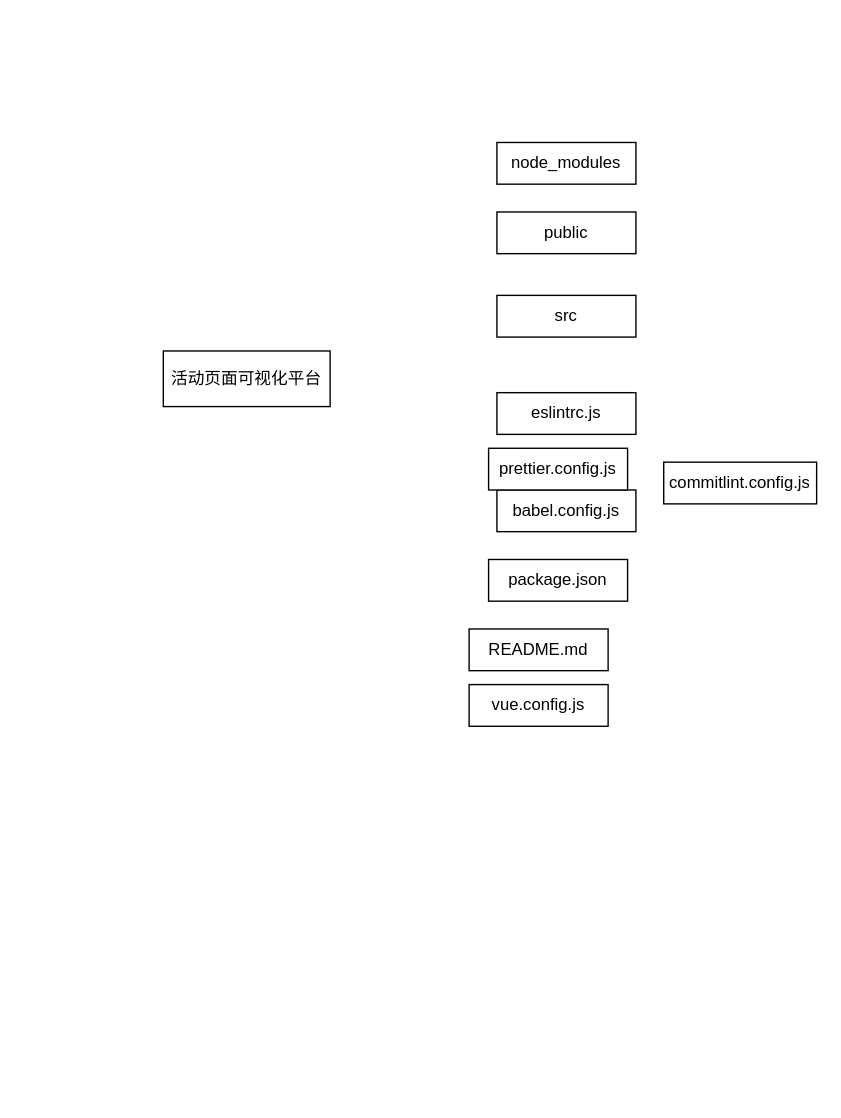
Above: 前端和后端项目结构图.drawio in yuxinyu12345/diagrams (draw.io), before the change. Source tidied: cells renumbered, new cells numbered last; positions are measured from the earlier drawing's top-left corner, leaving out a move shared by most shapes. Both pictures are drawn from the tidied source at 139%, with x=0, y=0 at pixel (163, 142).
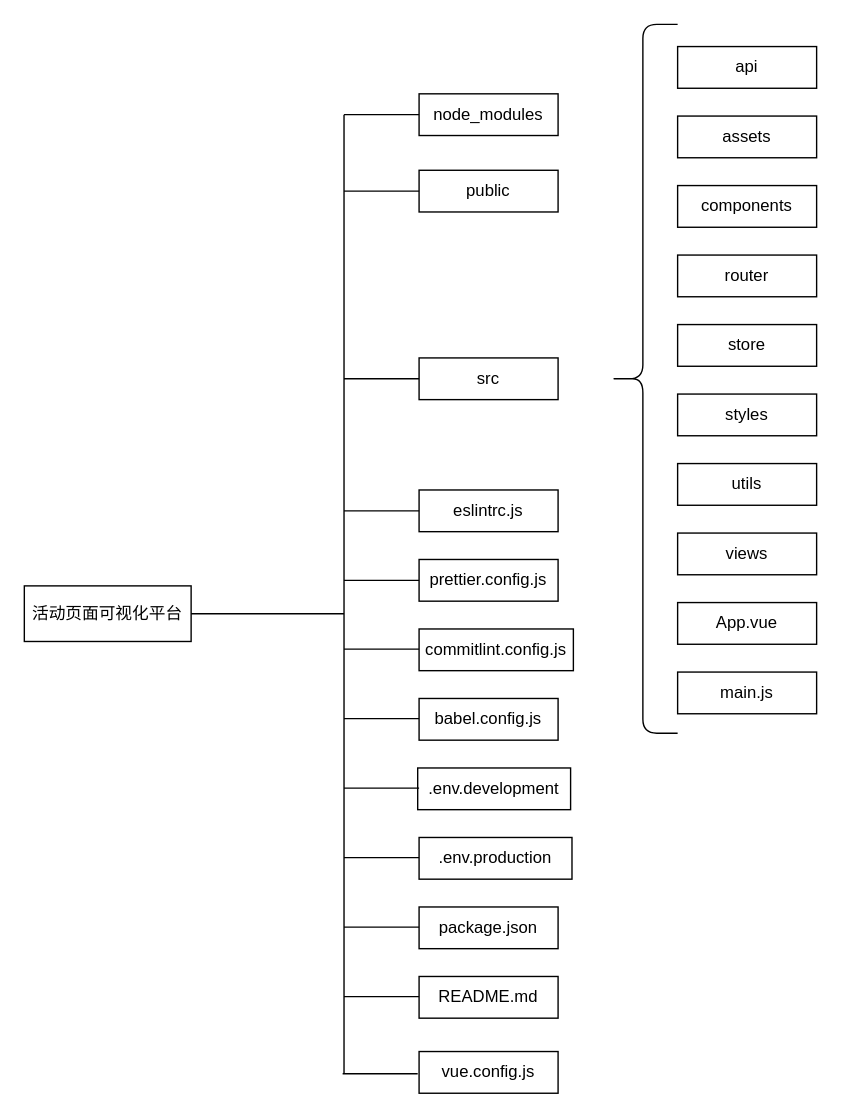
The same page after the edit.

Commit message (it also covers changes not shown here):
更新前端和后端项目结构图.drawio

The edit, as a diff of the source:
```diff
@@
     <mxCell id="2" value="活动页面可视化平台" style="rounded=0;whiteSpace=wrap;html=1;" parent="1" vertex="1">
-      <mxGeometry y="150" width="120" height="40" as="geometry" />
+      <mxGeometry x="-100" y="319" width="120" height="40" as="geometry" />
     </mxCell>
     <mxCell id="3" value="node_modules" style="rounded=0;whiteSpace=wrap;html=1;" parent="1" vertex="1">
-      <mxGeometry x="240" width="100" height="30" as="geometry" />
+      <mxGeometry x="184" y="-35" width="100" height="30" as="geometry" />
     </mxCell>
     <mxCell id="4" value="public" style="rounded=0;whiteSpace=wrap;html=1;" parent="1" vertex="1">
-      <mxGeometry x="240" y="50" width="100" height="30" as="geometry" />
+      <mxGeometry x="184" y="20" width="100" height="30" as="geometry" />
     </mxCell>
     <mxCell id="5" value="src" style="rounded=0;whiteSpace=wrap;html=1;" parent="1" vertex="1">
-      <mxGeometry x="240" y="110" width="100" height="30" as="geometry" />
+      <mxGeometry x="184" y="155" width="100" height="30" as="geometry" />
     </mxCell>
     <mxCell id="6" value="eslintrc.js" style="rounded=0;whiteSpace=wrap;html=1;" parent="1" vertex="1">
-      <mxGeometry x="240" y="180" width="100" height="30" as="geometry" />
+      <mxGeometry x="184" y="250" width="100" height="30" as="geometry" />
     </mxCell>
     <mxCell id="7" value="babel.config.js" style="rounded=0;whiteSpace=wrap;html=1;" parent="1" vertex="1">
-      <mxGeometry x="240" y="250" width="100" height="30" as="geometry" />
+      <mxGeometry x="184" y="400" width="100" height="30" as="geometry" />
     </mxCell>
     <mxCell id="8" value="package.json" style="rounded=0;whiteSpace=wrap;html=1;" parent="1" vertex="1">
-      <mxGeometry x="234" y="300" width="100" height="30" as="geometry" />
+      <mxGeometry x="184" y="550" width="100" height="30" as="geometry" />
     </mxCell>
     <mxCell id="9" value="README.md" style="rounded=0;whiteSpace=wrap;html=1;" parent="1" vertex="1">
-      <mxGeometry x="220" y="350" width="100" height="30" as="geometry" />
+      <mxGeometry x="184" y="600" width="100" height="30" as="geometry" />
     </mxCell>
     <mxCell id="10" value="vue.config.js" style="rounded=0;whiteSpace=wrap;html=1;" parent="1" vertex="1">
-      <mxGeometry x="220" y="390" width="100" height="30" as="geometry" />
+      <mxGeometry x="184" y="654" width="100" height="30" as="geometry" />
     </mxCell>
     <mxCell id="11" value="prettier.config.js" style="rounded=0;whiteSpace=wrap;html=1;" parent="1" vertex="1">
-      <mxGeometry x="234" y="220" width="100" height="30" as="geometry" />
+      <mxGeometry x="184" y="300" width="100" height="30" as="geometry" />
     </mxCell>
     <mxCell id="12" value="commitlint.config.js" style="rounded=0;whiteSpace=wrap;html=1;" parent="1" vertex="1">
-      <mxGeometry x="360" y="230" width="110" height="30" as="geometry" />
+      <mxGeometry x="184" y="350" width="111" height="30" as="geometry" />
     </mxCell>
+    <mxCell id="13" value=".env.development" style="rounded=0;whiteSpace=wrap;html=1;" parent="1" vertex="1">
+      <mxGeometry x="183" y="450" width="110" height="30" as="geometry" />
+    </mxCell>
+    <mxCell id="14" value=".env.production" style="rounded=0;whiteSpace=wrap;html=1;" parent="1" vertex="1">
+      <mxGeometry x="184" y="500" width="110" height="30" as="geometry" />
+    </mxCell>
+    <mxCell id="15" value="api" style="rounded=0;whiteSpace=wrap;html=1;" parent="1" vertex="1">
+      <mxGeometry x="370" y="-69" width="100" height="30" as="geometry" />
+    </mxCell>
+    <mxCell id="16" value="views" style="rounded=0;whiteSpace=wrap;html=1;" parent="1" vertex="1">
+      <mxGeometry x="370" y="281" width="100" height="30" as="geometry" />
+    </mxCell>
+    <mxCell id="17" value="utils" style="rounded=0;whiteSpace=wrap;html=1;" parent="1" vertex="1">
+      <mxGeometry x="370" y="231" width="100" height="30" as="geometry" />
+    </mxCell>
+    <mxCell id="18" value="styles" style="rounded=0;whiteSpace=wrap;html=1;" parent="1" vertex="1">
+      <mxGeometry x="370" y="181" width="100" height="30" as="geometry" />
+    </mxCell>
+    <mxCell id="19" value="store" style="rounded=0;whiteSpace=wrap;html=1;" parent="1" vertex="1">
+      <mxGeometry x="370" y="131" width="100" height="30" as="geometry" />
+    </mxCell>
+    <mxCell id="20" value="router" style="rounded=0;whiteSpace=wrap;html=1;" parent="1" vertex="1">
+      <mxGeometry x="370" y="81" width="100" height="30" as="geometry" />
+    </mxCell>
+    <mxCell id="21" value="components" style="rounded=0;whiteSpace=wrap;html=1;" parent="1" vertex="1">
+      <mxGeometry x="370" y="31" width="100" height="30" as="geometry" />
+    </mxCell>
+    <mxCell id="22" value="assets" style="rounded=0;whiteSpace=wrap;html=1;" parent="1" vertex="1">
+      <mxGeometry x="370" y="-19" width="100" height="30" as="geometry" />
+    </mxCell>
+    <mxCell id="23" value="App.vue" style="rounded=0;whiteSpace=wrap;html=1;" parent="1" vertex="1">
+      <mxGeometry x="370" y="331" width="100" height="30" as="geometry" />
+    </mxCell>
+    <mxCell id="24" value="main.js" style="rounded=0;whiteSpace=wrap;html=1;" parent="1" vertex="1">
+      <mxGeometry x="370" y="381" width="100" height="30" as="geometry" />
+    </mxCell>
+    <mxCell id="25" style="endArrow=none;html=1;rounded=0;exitX=1;exitY=0.5;exitDx=0;exitDy=0;" parent="1" edge="1" source="2">
+      <mxGeometry relative="1" as="geometry">
+        <mxPoint x="130" y="339" as="targetPoint" />
+      </mxGeometry>
+    </mxCell>
+    <mxCell id="26" style="endArrow=none;html=1;rounded=0;" parent="1" edge="1">
+      <mxGeometry relative="1" as="geometry">
+        <mxPoint x="130" y="-20" as="sourcePoint" />
+        <mxPoint x="130" y="670" as="targetPoint" />
+      </mxGeometry>
+    </mxCell>
+    <mxCell id="27" style="endArrow=none;html=1;rounded=0;entryX=0;entryY=0.5;entryDx=0;entryDy=0;" parent="1" edge="1" target="3">
+      <mxGeometry relative="1" as="geometry">
+        <mxPoint x="130" y="-20" as="sourcePoint" />
+      </mxGeometry>
+    </mxCell>
+    <mxCell id="28" style="endArrow=none;html=1;rounded=0;entryX=0;entryY=0.5;entryDx=0;entryDy=0;" parent="1" edge="1" target="4">
+      <mxGeometry relative="1" as="geometry">
+        <mxPoint x="130" y="35" as="sourcePoint" />
+      </mxGeometry>
+    </mxCell>
+    <mxCell id="29" style="endArrow=none;html=1;rounded=0;entryX=0;entryY=0.5;entryDx=0;entryDy=0;" parent="1" edge="1" target="5">
+      <mxGeometry relative="1" as="geometry">
+        <mxPoint x="130" y="170" as="sourcePoint" />
+      </mxGeometry>
+    </mxCell>
+    <mxCell id="30" style="endArrow=none;html=1;rounded=0;entryX=0;entryY=0.5;entryDx=0;entryDy=0;" parent="1" edge="1" target="6">
+      <mxGeometry relative="1" as="geometry">
+        <mxPoint x="130" y="265" as="sourcePoint" />
+      </mxGeometry>
+    </mxCell>
+    <mxCell id="31" style="endArrow=none;html=1;rounded=0;" parent="1" edge="1" target="11">
+      <mxGeometry relative="1" as="geometry">
+        <mxPoint x="130" y="315" as="sourcePoint" />
+      </mxGeometry>
+    </mxCell>
+    <mxCell id="32" style="endArrow=none;html=1;rounded=0;" parent="1" edge="1">
+      <mxGeometry relative="1" as="geometry">
+        <mxPoint x="130" y="364.5" as="sourcePoint" />
+        <mxPoint x="184" y="364.5" as="targetPoint" />
+      </mxGeometry>
+    </mxCell>
+    <mxCell id="33" style="endArrow=none;html=1;rounded=0;" parent="1" edge="1">
+      <mxGeometry relative="1" as="geometry">
+        <mxPoint x="130" y="414.5" as="sourcePoint" />
+        <mxPoint x="184" y="414.5" as="targetPoint" />
+      </mxGeometry>
+    </mxCell>
+    <mxCell id="34" style="endArrow=none;html=1;rounded=0;" parent="1" edge="1">
+      <mxGeometry relative="1" as="geometry">
+        <mxPoint x="130" y="464.5" as="sourcePoint" />
+        <mxPoint x="184" y="464.5" as="targetPoint" />
+      </mxGeometry>
+    </mxCell>
+    <mxCell id="35" style="endArrow=none;html=1;rounded=0;" parent="1" edge="1">
+      <mxGeometry relative="1" as="geometry">
+        <mxPoint x="130" y="514.5" as="sourcePoint" />
+        <mxPoint x="184" y="514.5" as="targetPoint" />
+      </mxGeometry>
+    </mxCell>
+    <mxCell id="36" style="endArrow=none;html=1;rounded=0;" parent="1" edge="1">
+      <mxGeometry relative="1" as="geometry">
+        <mxPoint x="130" y="564.5" as="sourcePoint" />
+        <mxPoint x="184" y="564.5" as="targetPoint" />
+      </mxGeometry>
+    </mxCell>
+    <mxCell id="37" style="endArrow=none;html=1;rounded=0;" parent="1" edge="1">
+      <mxGeometry relative="1" as="geometry">
+        <mxPoint x="130" y="614.5" as="sourcePoint" />
+        <mxPoint x="184" y="614.5" as="targetPoint" />
+      </mxGeometry>
+    </mxCell>
+    <mxCell id="38" style="endArrow=none;html=1;rounded=0;" parent="1" edge="1">
+      <mxGeometry relative="1" as="geometry">
+        <mxPoint x="129" y="670" as="sourcePoint" />
+        <mxPoint x="183" y="670" as="targetPoint" />
+      </mxGeometry>
+    </mxCell>
+    <mxCell id="39" style="shape=curlyBracket;whiteSpace=wrap;html=1;rounded=1;labelPosition=left;verticalLabelPosition=middle;align=right;verticalAlign=middle;" parent="1" vertex="1">
+      <mxGeometry x="320" y="-85" width="50" height="510" as="geometry" />
+    </mxCell>
```
